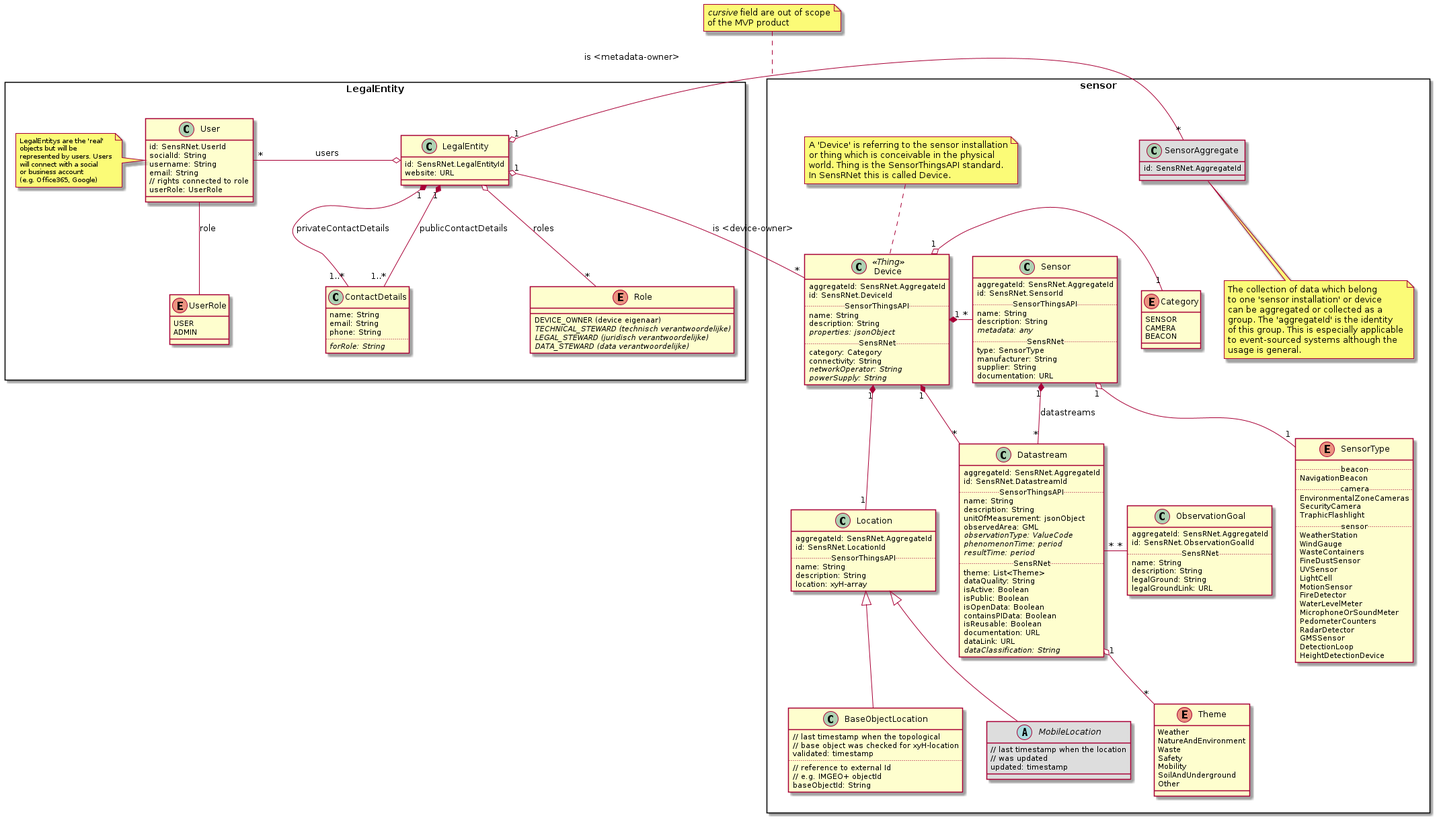
Above: docs/img/SensRNet-Datamodel-SensorView.png in kadaster-labs/sensrnet-home (PlantUML), before the change.
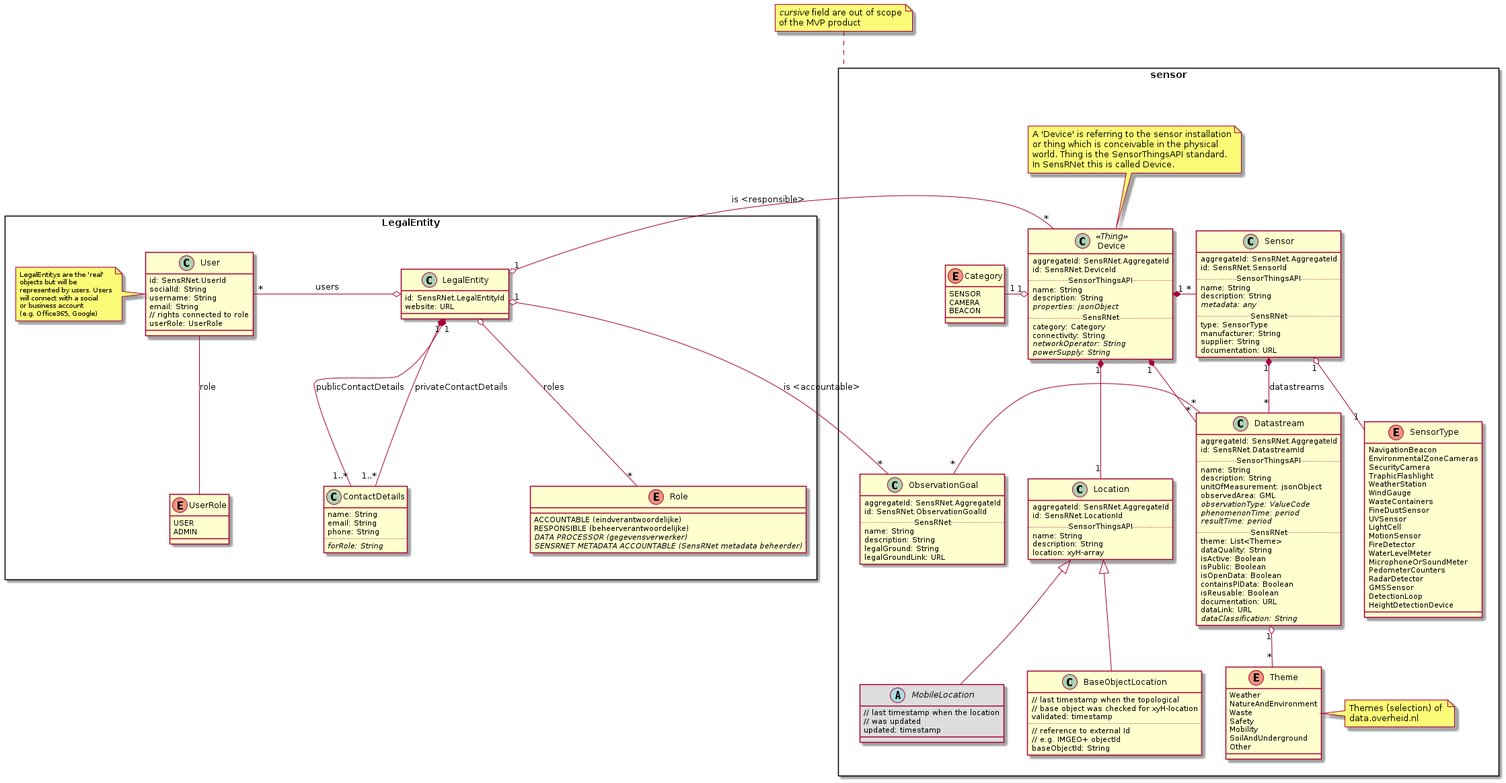
After the change.

The edit, as a diff of the source:
```diff
@@ -20,10 +20,10 @@
     }
 
     enum Role {
-        DEVICE_OWNER (device eigenaar)
-        {abstract} TECHNICAL_STEWARD (technisch verantwoordelijke)
-        {abstract} LEGAL_STEWARD (juridisch verantwoordelijke)
-        {abstract} DATA_STEWARD (data verantwoordelijke)
+        ACCOUNTABLE (eindverantwoordelijke)
+        RESPONSIBLE (beheerverantwoordelijke)
+        {abstract} DATA PROCESSOR (gegevensverwerker)
+        {abstract} SENSRNET METADATA ACCOUNTABLE (SensRNet metadata beheerder)
     }
 
     class User {
@@ -56,19 +56,7 @@
 
 package sensor <<Rectangle>> {
 
-    class SensorAggregate #DDD {
-        id: SensRNet.AggregateId
-    }
 
-    note bottom
-        The collection of data which belong
-        to one 'sensor installation' or device
-        can be aggregated or collected as a
-        group. The 'aggregateId' is the identity
-        of this group. This is especially applicable
-        to event-sourced systems although the
-        usage is general.
-    end note
 
     together {
 
@@ -184,14 +172,16 @@
         Other
     }
 
+    note right of Theme
+        Themes (selection) of
+        data.overheid.nl
+    end note
+
     enum SensorType {
-        .. beacon ..
         NavigationBeacon
-        .. camera ..
         EnvironmentalZoneCameras
         SecurityCamera
         TraphicFlashlight
-        .. sensor ..
         WeatherStation
         WindGauge
         WasteContainers
@@ -222,8 +212,8 @@
     Datastream "1" o-- "*" Theme
 }
 
-LegalEntity "1" o- "*" Device : is <device-owner>
-LegalEntity "1" o- "*" SensorAggregate : is <metadata-owner>
+LegalEntity "1" o- "*" Device : is <responsible>
+LegalEntity "1" o- "*" ObservationGoal : is <accountable>
 
 note top of sensor
     <i>cursive</i> field are out of scope
```
